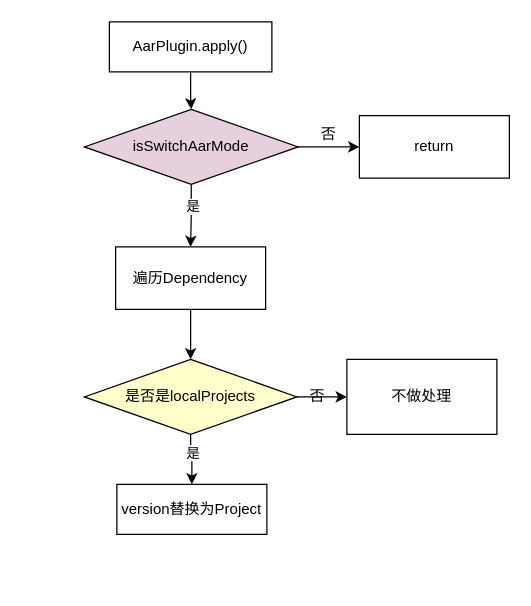
The draw.io diagram page "plugin配置阶段流程图" (14 of 20) of T9.drawio in shinecjj/UML, before the edit. Source tidied: cells renumbered, new cells numbered last; positions are measured from the earlier drawing's top-left corner, leaving out a move shared by most shapes. Both pictures are drawn from the tidied source at 125%, with x=0, y=0 at pixel (84, 21).
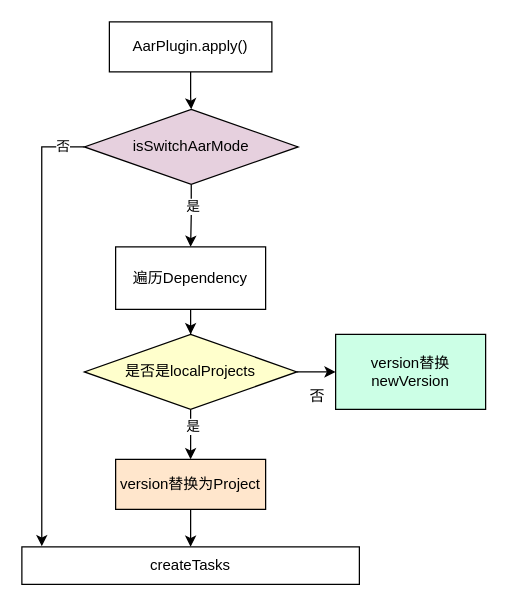
The same diagram, later.

The change refers to these unchanged cells:
```xml
<mxCell id="15" value="isSwitchAarMode" style="rhombus;whiteSpace=wrap;html=1;strokeColor=#000000;fillColor=#E6D0DE;" parent="1" vertex="1">
  <mxGeometry y="70" width="171" height="60" as="geometry" />
</mxCell>
```

The edit, as a diff of the source:
```diff
@@
     <mxCell id="5" value="是否是localProjects" style="rhombus;whiteSpace=wrap;html=1;strokeColor=#000000;fillColor=#FFFFCC;" parent="1" vertex="1">
-      <mxGeometry y="270" width="170" height="60" as="geometry" />
+      <mxGeometry y="250" width="170" height="60" as="geometry" />
     </mxCell>
@@
-    <mxCell id="10" value="不做处理" style="whiteSpace=wrap;html=1;fillColor=none;" parent="1" vertex="1">
-      <mxGeometry x="210" y="270" width="120" height="60" as="geometry" />
+    <mxCell id="10" value="version替换newVersion" style="whiteSpace=wrap;html=1;fillColor=#CCFFE6;" parent="1" vertex="1">
+      <mxGeometry x="201" y="250" width="120" height="60" as="geometry" />
     </mxCell>
@@
+    <mxCell id="19" style="edgeStyle=orthogonalEdgeStyle;rounded=0;jettySize=auto;html=1;" parent="1" edge="1" source="12" target="21">
+      <mxGeometry relative="1" as="geometry" />
+    </mxCell>
-    <mxCell id="12" value="version替换为Project" style="whiteSpace=wrap;html=1;fillColor=none;" parent="1" vertex="1">
-      <mxGeometry x="26" y="370" width="120" height="40" as="geometry" />
+    <mxCell id="12" value="version替换为Project" style="whiteSpace=wrap;html=1;fillColor=#FFE6CC;" parent="1" vertex="1">
+      <mxGeometry x="25" y="350" width="120" height="40" as="geometry" />
     </mxCell>
@@
-    <mxCell id="14" style="edgeStyle=orthogonalEdgeStyle;rounded=0;jettySize=auto;html=1;" parent="1" edge="1" source="15" target="17">
-      <mxGeometry relative="1" as="geometry" />
-    </mxCell>
+    <mxCell id="20" style="edgeStyle=orthogonalEdgeStyle;rounded=0;jettySize=auto;html=1;entryX=0.059;entryY=-0.017;entryDx=0;entryDy=0;entryPerimeter=0;" parent="1" edge="1" source="15" target="21">
+      <mxGeometry relative="1" as="geometry">
+        <Array as="points">
+          <mxPoint x="-34" y="100" />
+        </Array>
+      </mxGeometry>
+    </mxCell>
+    <mxCell id="18" value="否" style="edgeLabel;html=1;align=center;verticalAlign=middle;" parent="20" vertex="1">
+      <mxGeometry x="-0.9" y="-1" relative="1" as="geometry" />
+    </mxCell>
@@
-    <mxCell id="17" value="return" style="whiteSpace=wrap;html=1;fillColor=none;" parent="1" vertex="1">
-      <mxGeometry x="220" y="75" width="120" height="50" as="geometry" />
-    </mxCell>
-    <mxCell id="18" value="否" style="text;html=1;align=center;verticalAlign=middle;strokeColor=none;" parent="1" vertex="1">
-      <mxGeometry x="180" y="80" width="30" height="20" as="geometry" />
-    </mxCell>
+    <mxCell id="21" value="createTasks" style="whiteSpace=wrap;html=1;fillColor=none;" parent="1" vertex="1">
+      <mxGeometry x="-50" y="420" width="270" height="30" as="geometry" />
+    </mxCell>
```
